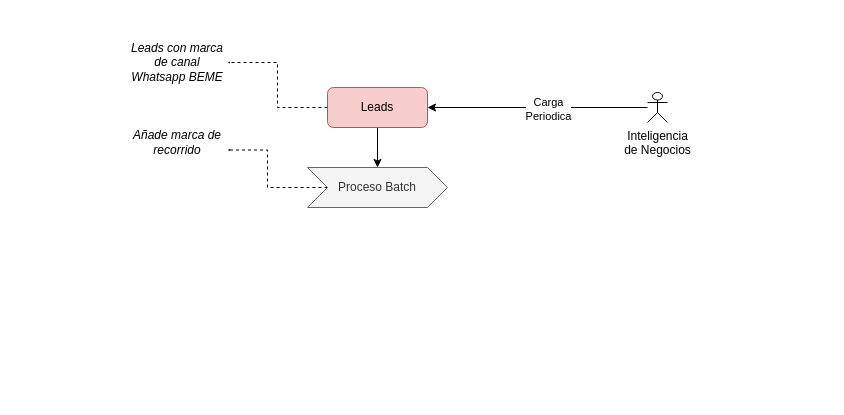
This is Modelo Venta BEME Whatsapp.drawio from nonate/personalProject, a draw.io file, before an edit. Source tidied: cells renumbered, new cells numbered last; positions are measured from the earlier drawing's top-left corner, leaving out a move shared by most shapes. Both pictures are drawn from the tidied source at 100%, with x=0, y=0 at pixel (127, 47). Pictures stored in the file or linked from it are replaced by grey dashed boxes.
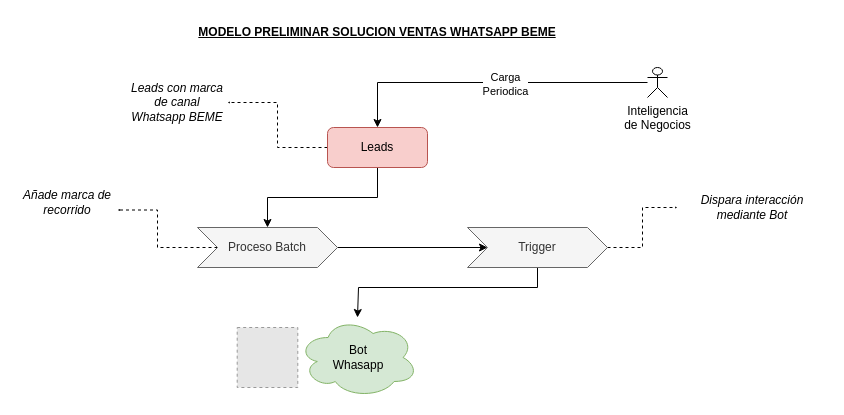
Above is the later version.

The edit, as a diff of the source:
```diff
@@
     <mxCell id="4" value="Inteligencia &lt;br&gt;de Negocios" style="shape=umlActor;verticalLabelPosition=bottom;verticalAlign=top;html=1;outlineConnect=0;" parent="1" vertex="1">
-      <mxGeometry x="520" y="45" width="20" height="30" as="geometry" />
+      <mxGeometry x="520" y="20" width="20" height="30" as="geometry" />
     </mxCell>
-    <mxCell id="5" style="edgeStyle=orthogonalEdgeStyle;rounded=0;jettySize=auto;html=1;" parent="1" edge="1" source="8" target="10">
-      <mxGeometry relative="1" as="geometry" />
-    </mxCell>
@@
+    <mxCell id="5" style="edgeStyle=orthogonalEdgeStyle;rounded=0;jettySize=auto;html=1;entryX=0.5;entryY=0;entryDx=0;entryDy=0;" parent="1" edge="1" source="8" target="10">
+      <mxGeometry relative="1" as="geometry" />
+    </mxCell>
     <mxCell id="8" value="Leads" style="rounded=1;whiteSpace=wrap;html=1;fillColor=#f8cecc;strokeColor=#b85450;" parent="1" vertex="1">
-      <mxGeometry x="200" y="40" width="100" height="40" as="geometry" />
+      <mxGeometry x="200" y="80" width="100" height="40" as="geometry" />
     </mxCell>
@@
+    <mxCell id="13" style="edgeStyle=orthogonalEdgeStyle;rounded=0;jettySize=auto;html=1;" parent="1" edge="1" source="10" target="18">
+      <mxGeometry relative="1" as="geometry" />
+    </mxCell>
     <mxCell id="10" value="Proceso Batch" style="shape=step;perimeter=stepPerimeter;whiteSpace=wrap;html=1;fixedSize=1;fillColor=#f5f5f5;fontColor=#333333;strokeColor=#666666;" parent="1" vertex="1">
-      <mxGeometry x="180" y="120" width="140" height="40" as="geometry" />
+      <mxGeometry x="70" y="180" width="140" height="40" as="geometry" />
     </mxCell>
     <mxCell id="11" value="Leads con marca de canal Whatsapp BEME" style="text;html=1;strokeColor=none;fillColor=none;align=center;verticalAlign=middle;whiteSpace=wrap;rounded=0;fontStyle=2;" parent="1" vertex="1">
-      <mxGeometry width="100" height="30" as="geometry" />
+      <mxGeometry y="40" width="100" height="30" as="geometry" />
     </mxCell>
     <mxCell id="12" value="Añade marca de recorrido" style="text;html=1;strokeColor=none;fillColor=none;align=center;verticalAlign=middle;whiteSpace=wrap;rounded=0;fontStyle=2;" parent="1" vertex="1">
-      <mxGeometry y="80" width="100" height="30" as="geometry" />
+      <mxGeometry x="-110" y="140" width="100" height="30" as="geometry" />
     </mxCell>
+    <mxCell id="14" value="Bot &lt;br&gt;Whasapp" style="ellipse;shape=cloud;whiteSpace=wrap;html=1;fillColor=#d5e8d4;strokeColor=#82b366;" parent="1" vertex="1">
+      <mxGeometry x="170.6" y="270" width="120" height="80" as="geometry" />
+    </mxCell>
+    <mxCell id="15" style="fillColor=#E6E6E6;strokeColor=#999999;dashed=1;verticalLabelPosition=bottom;labelBackgroundColor=default;verticalAlign=top;" parent="1" vertex="1">
+      <mxGeometry x="109.7" y="280" width="60.6" height="60" as="geometry" />
+    </mxCell>
+    <mxCell id="16" style="edgeStyle=orthogonalEdgeStyle;rounded=0;jettySize=auto;html=1;entryX=0;entryY=0.5;entryDx=0;entryDy=0;dashed=1;endSize=0;" parent="1" edge="1" source="18" target="19">
+      <mxGeometry relative="1" as="geometry" />
+    </mxCell>
+    <mxCell id="17" style="edgeStyle=orthogonalEdgeStyle;rounded=0;jettySize=auto;html=1;" parent="1" edge="1" source="18">
+      <mxGeometry relative="1" as="geometry">
+        <mxPoint x="230" y="270" as="targetPoint" />
+        <Array as="points">
+          <mxPoint x="410" y="240" />
+          <mxPoint x="231" y="240" />
+        </Array>
+      </mxGeometry>
+    </mxCell>
+    <mxCell id="18" value="Trigger" style="shape=step;perimeter=stepPerimeter;whiteSpace=wrap;html=1;fixedSize=1;fillColor=#f5f5f5;fontColor=#333333;strokeColor=#666666;" parent="1" vertex="1">
+      <mxGeometry x="340" y="180" width="140" height="40" as="geometry" />
+    </mxCell>
+    <mxCell id="19" value="Dispara interacción mediante Bot" style="text;html=1;strokeColor=none;fillColor=none;align=center;verticalAlign=middle;whiteSpace=wrap;rounded=0;fontStyle=2;" parent="1" vertex="1">
+      <mxGeometry x="550" y="140" width="150" height="40" as="geometry" />
+    </mxCell>
+    <mxCell id="20" value="MODELO PRELIMINAR SOLUCION VENTAS WHATSAPP BEME" style="text;html=1;strokeColor=none;fillColor=none;align=center;verticalAlign=middle;whiteSpace=wrap;rounded=0;fontStyle=5;" parent="1" vertex="1">
+      <mxGeometry x="50" y="-30" width="400" height="30" as="geometry" />
+    </mxCell>
```
